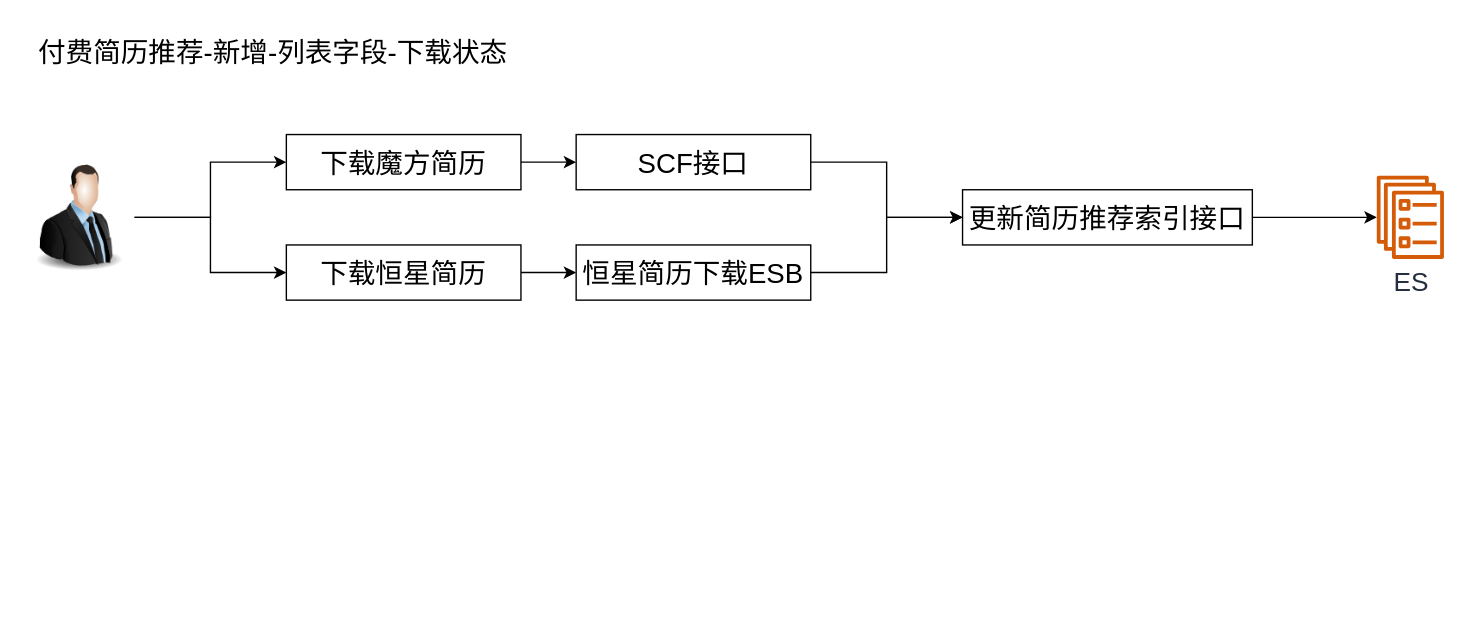
LuOyEbY/draw-b keeps this draw.io diagram as 邀约管理优化3.0.drawio. Above is the earlier version. Source tidied: cells renumbered, new cells numbered last; positions are measured from the earlier drawing's top-left corner, leaving out a move shared by most shapes. Both pictures are drawn from the tidied source at 138%, with x=0, y=0 at pixel (23, 23).
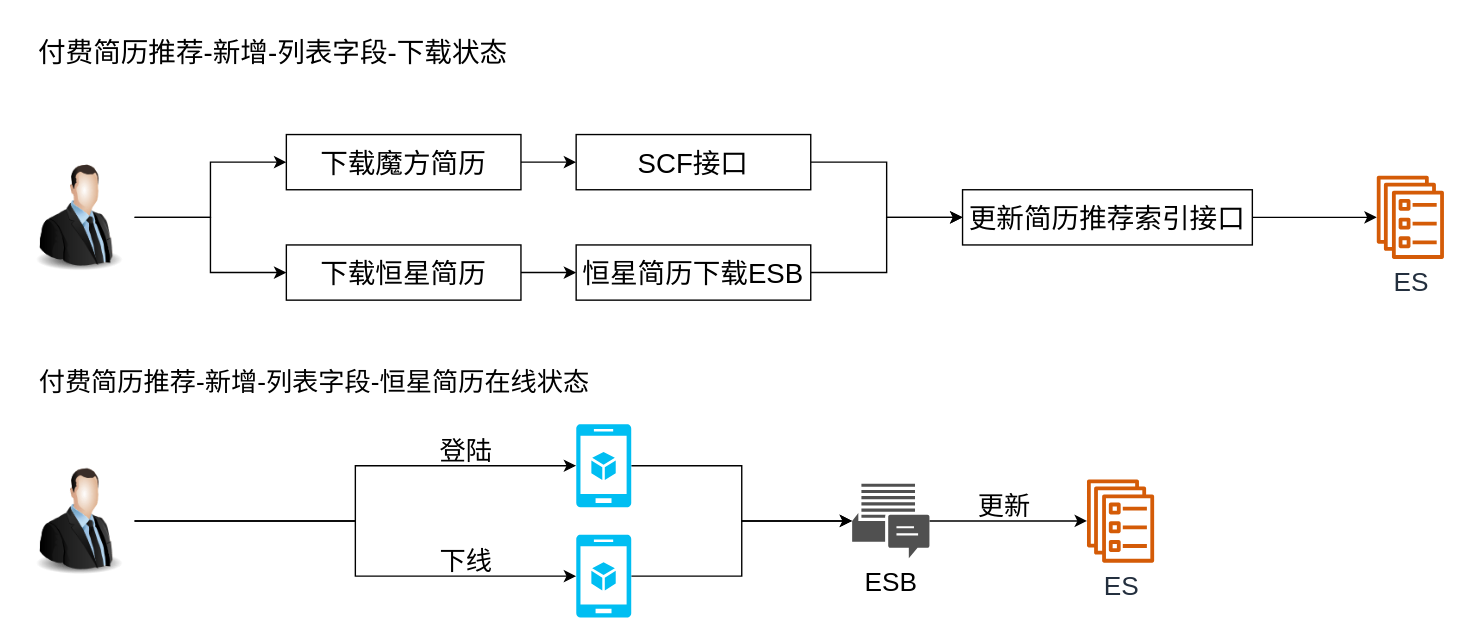
After the change.

Commit message:
恒星简历在线状态.drawio

The edit, as a diff of the source:
```diff
@@
+    <mxCell id="17" value="付费简历推荐-新增-列表字段-恒星简历在线状态" style="text;html=1;align=center;verticalAlign=middle;strokeColor=none;fillColor=none;fontSize=19;" parent="1" vertex="1">
+      <mxGeometry y="240" width="420" height="40" as="geometry" />
+    </mxCell>
+    <mxCell id="18" style="edgeStyle=orthogonalEdgeStyle;rounded=0;jettySize=auto;html=1;entryX=0;entryY=0.5;entryDx=0;entryDy=0;entryPerimeter=0;fontSize=19;" parent="1" edge="1" source="20" target="22">
+      <mxGeometry relative="1" as="geometry" />
+    </mxCell>
+    <mxCell id="19" style="edgeStyle=orthogonalEdgeStyle;rounded=0;jettySize=auto;html=1;entryX=0;entryY=0.5;entryDx=0;entryDy=0;entryPerimeter=0;fontSize=19;" parent="1" edge="1" source="20" target="24">
+      <mxGeometry relative="1" as="geometry" />
+    </mxCell>
+    <mxCell id="20" style="image;html=1;image=img/lib/clip_art/people/Suit_Man_128x128.png;fontSize=20;" parent="1" vertex="1">
+      <mxGeometry y="320" width="80" height="80" as="geometry" />
+    </mxCell>
+    <mxCell id="21" style="edgeStyle=orthogonalEdgeStyle;rounded=0;jettySize=auto;html=1;fontSize=19;" parent="1" edge="1" source="22" target="28">
+      <mxGeometry relative="1" as="geometry" />
+    </mxCell>
+    <mxCell id="22" style="verticalLabelPosition=bottom;html=1;verticalAlign=top;align=center;strokeColor=none;fillColor=#00BEF2;shape=mxgraph.azure.mobile_services;fontSize=19;" parent="1" vertex="1">
+      <mxGeometry x="400" y="290" width="40" height="60" as="geometry" />
+    </mxCell>
+    <mxCell id="23" style="edgeStyle=orthogonalEdgeStyle;rounded=0;jettySize=auto;html=1;fontSize=19;" parent="1" edge="1" source="24" target="28">
+      <mxGeometry relative="1" as="geometry" />
+    </mxCell>
+    <mxCell id="24" style="verticalLabelPosition=bottom;html=1;verticalAlign=top;align=center;strokeColor=none;fillColor=#00BEF2;shape=mxgraph.azure.mobile_services;fontSize=19;" parent="1" vertex="1">
+      <mxGeometry x="400" y="370" width="40" height="60" as="geometry" />
+    </mxCell>
+    <mxCell id="25" value="登陆" style="text;html=1;align=center;verticalAlign=middle;strokeColor=none;fillColor=none;fontSize=19;" parent="1" vertex="1">
+      <mxGeometry x="290" y="290" width="60" height="40" as="geometry" />
+    </mxCell>
+    <mxCell id="26" value="下线" style="text;html=1;align=center;verticalAlign=middle;strokeColor=none;fillColor=none;fontSize=19;" parent="1" vertex="1">
+      <mxGeometry x="290" y="370" width="60" height="40" as="geometry" />
+    </mxCell>
+    <mxCell id="27" style="edgeStyle=orthogonalEdgeStyle;rounded=0;jettySize=auto;html=1;fontSize=19;" parent="1" edge="1" source="28" target="29">
+      <mxGeometry relative="1" as="geometry" />
+    </mxCell>
+    <mxCell id="28" value="ESB" style="sketch=0;shadow=0;dashed=0;html=1;strokeColor=none;fillColor=#505050;labelPosition=center;verticalLabelPosition=bottom;verticalAlign=top;outlineConnect=0;align=center;shape=mxgraph.office.communications.im_workload;fontSize=19;" parent="1" vertex="1">
+      <mxGeometry x="600" y="333" width="56" height="54" as="geometry" />
+    </mxCell>
+    <mxCell id="29" value="&lt;font style=&quot;font-size: 19px;&quot;&gt;ES&lt;/font&gt;" style="sketch=0;outlineConnect=0;fontColor=#232F3E;gradientColor=none;fillColor=#D45B07;strokeColor=none;dashed=0;verticalLabelPosition=bottom;verticalAlign=top;align=center;html=1;fontSize=12;fontStyle=0;shape=mxgraph.aws4.ecs_service;" parent="1" vertex="1">
+      <mxGeometry x="770" y="329.9" width="49" height="60.3" as="geometry" />
+    </mxCell>
+    <mxCell id="30" value="更新" style="text;html=1;align=center;verticalAlign=middle;strokeColor=none;fillColor=none;fontSize=19;" parent="1" vertex="1">
+      <mxGeometry x="680" y="330" width="60" height="40" as="geometry" />
+    </mxCell>
```
